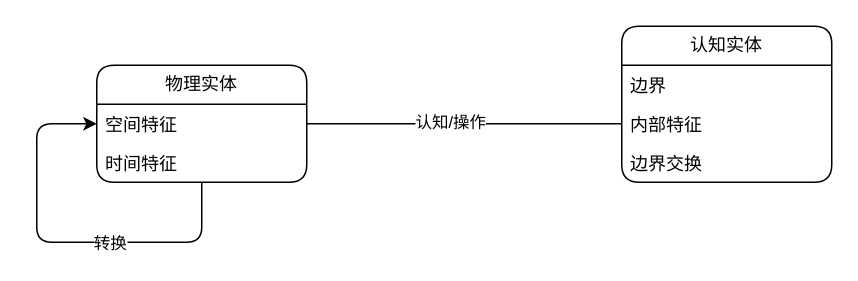
Earlier version of the draw.io diagram page "实体" (1 of 2) of base_model/实体和语言.drawio (cyxm/CodeGenerator). Source tidied: cells renumbered, new cells numbered last; positions are measured from the earlier drawing's top-left corner, leaving out a move shared by most shapes. Both pictures are drawn from the tidied source at 150%, with x=0, y=0 at pixel (36, 26).
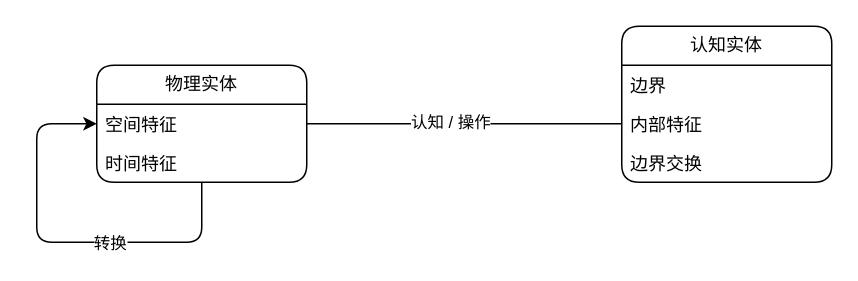
The same page after the edit.

Diff of the diagram source:
```diff
@@
 <mxGraphModel>
   <root>
     <mxCell id="0" />
     <mxCell id="1" parent="0" />
     <mxCell id="2" value="物理实体" style="swimlane;fontStyle=0;horizontal=1;startSize=26;whiteSpace=wrap;html=1;rounded=1;" parent="1" vertex="1">
       <mxGeometry x="40" y="26" width="140" height="78" as="geometry" />
     </mxCell>
     <mxCell id="3" value="空间特征" style="text;strokeColor=none;fillColor=none;align=left;verticalAlign=top;spacingLeft=4;spacingRight=4;overflow=hidden;points=[[0,0.5],[1,0.5]];portConstraint=eastwest;whiteSpace=wrap;html=1;rounded=1;" parent="2" vertex="1">
       <mxGeometry y="26" width="140" height="26" as="geometry" />
     </mxCell>
     <mxCell id="4" value="时间特征" style="text;strokeColor=none;fillColor=none;align=left;verticalAlign=top;spacingLeft=4;spacingRight=4;overflow=hidden;whiteSpace=wrap;html=1;rounded=1;" parent="2" vertex="1">
       <mxGeometry y="52" width="140" height="26" as="geometry" />
     </mxCell>
     <mxCell id="5" style="edgeStyle=orthogonalEdgeStyle;rounded=1;jettySize=auto;html=1;exitX=0.5;exitY=1;exitDx=0;exitDy=0;entryX=0;entryY=0.5;entryDx=0;entryDy=0;" parent="2" edge="1" source="2" target="3">
       <mxGeometry relative="1" as="geometry">
         <Array as="points">
           <mxPoint x="70" y="118" />
           <mxPoint x="-40" y="118" />
           <mxPoint x="-40" y="39" />
         </Array>
       </mxGeometry>
     </mxCell>
     <mxCell id="6" value="转换" style="edgeLabel;html=1;align=center;verticalAlign=middle;rounded=1;" parent="5" vertex="1">
       <mxGeometry x="-0.24" relative="1" as="geometry" />
     </mxCell>
     <mxCell id="7" value="认知实体" style="swimlane;fontStyle=0;horizontal=1;startSize=26;fillColor=none;whiteSpace=wrap;html=1;rounded=1;" parent="1" vertex="1">
       <mxGeometry x="390" width="140" height="104" as="geometry" />
     </mxCell>
     <mxCell id="8" value="边界" style="text;strokeColor=none;fillColor=none;align=left;verticalAlign=top;spacingLeft=4;spacingRight=4;overflow=hidden;whiteSpace=wrap;html=1;rounded=1;" parent="7" vertex="1">
       <mxGeometry y="26" width="140" height="26" as="geometry" />
     </mxCell>
     <mxCell id="9" value="内部特征" style="text;strokeColor=none;fillColor=none;align=left;verticalAlign=top;spacingLeft=4;spacingRight=4;overflow=hidden;points=[[0,0.5],[1,0.5]];portConstraint=eastwest;whiteSpace=wrap;html=1;rounded=1;" parent="7" vertex="1">
       <mxGeometry y="52" width="140" height="26" as="geometry" />
     </mxCell>
     <mxCell id="10" value="边界交换" style="text;strokeColor=none;fillColor=none;align=left;verticalAlign=top;spacingLeft=4;spacingRight=4;overflow=hidden;whiteSpace=wrap;html=1;rounded=1;" parent="7" vertex="1">
       <mxGeometry y="78" width="140" height="26" as="geometry" />
     </mxCell>
     <mxCell id="11" style="endArrow=none;html=1;rounded=0;exitX=1;exitY=0.5;exitDx=0;exitDy=0;entryX=0;entryY=0.5;entryDx=0;entryDy=0;" parent="1" edge="1" source="2" target="9">
       <mxGeometry relative="1" as="geometry" />
     </mxCell>
-    <mxCell id="12" value="认知/操作" style="edgeLabel;html=1;align=center;verticalAlign=middle;" parent="11" vertex="1">
+    <mxCell id="12" value="认知 / 操作" style="edgeLabel;html=1;align=center;verticalAlign=middle;" parent="11" vertex="1">
       <mxGeometry x="-0.1" y="2" relative="1" as="geometry" />
     </mxCell>
   </root>
 </mxGraphModel>
```
